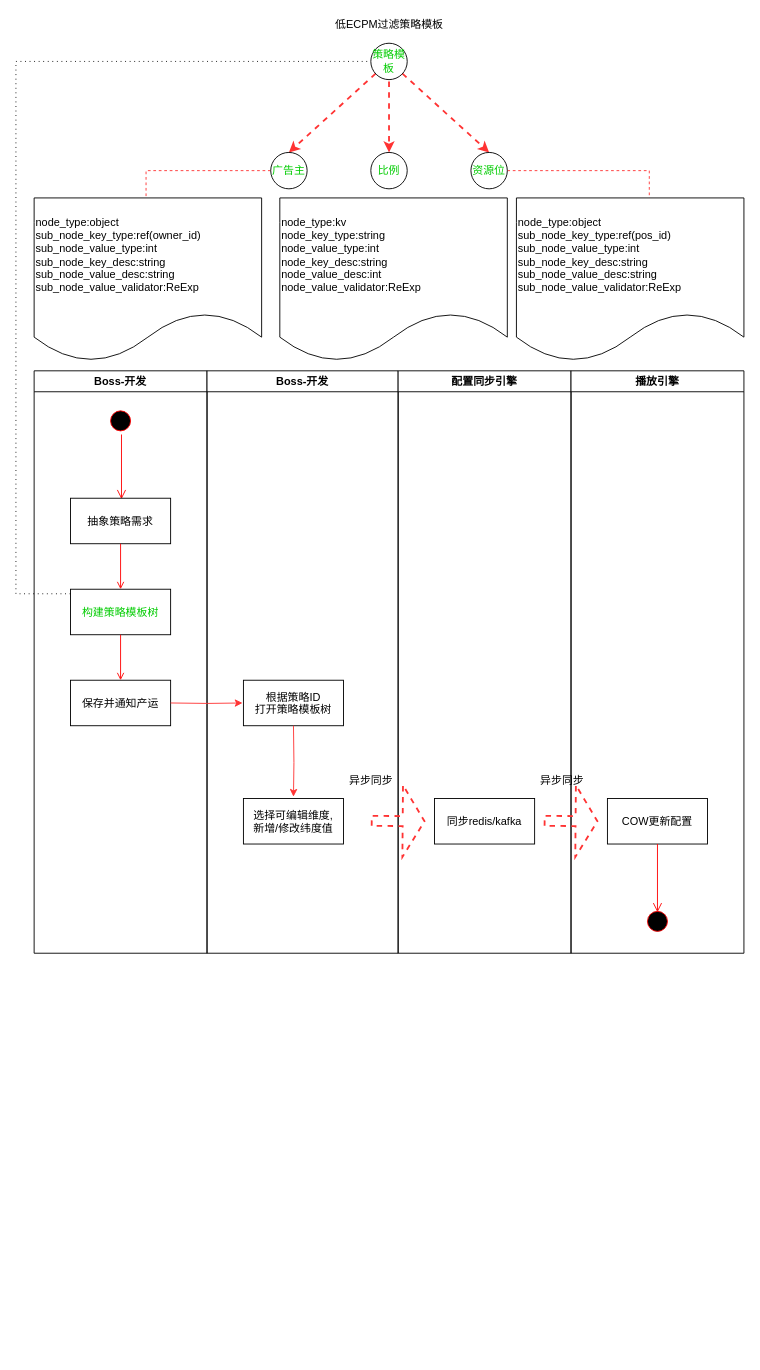
Earlier version of the draw.io diagram universal-engine/boss_configuration.drawio (karlchan-cn/drawio-repository). Source tidied: cells renumbered, new cells numbered last; positions are measured from the earlier drawing's top-left corner, leaving out a move shared by most shapes. Both pictures are drawn from the tidied source at 91%, with x=0, y=0 at pixel (15, 15).
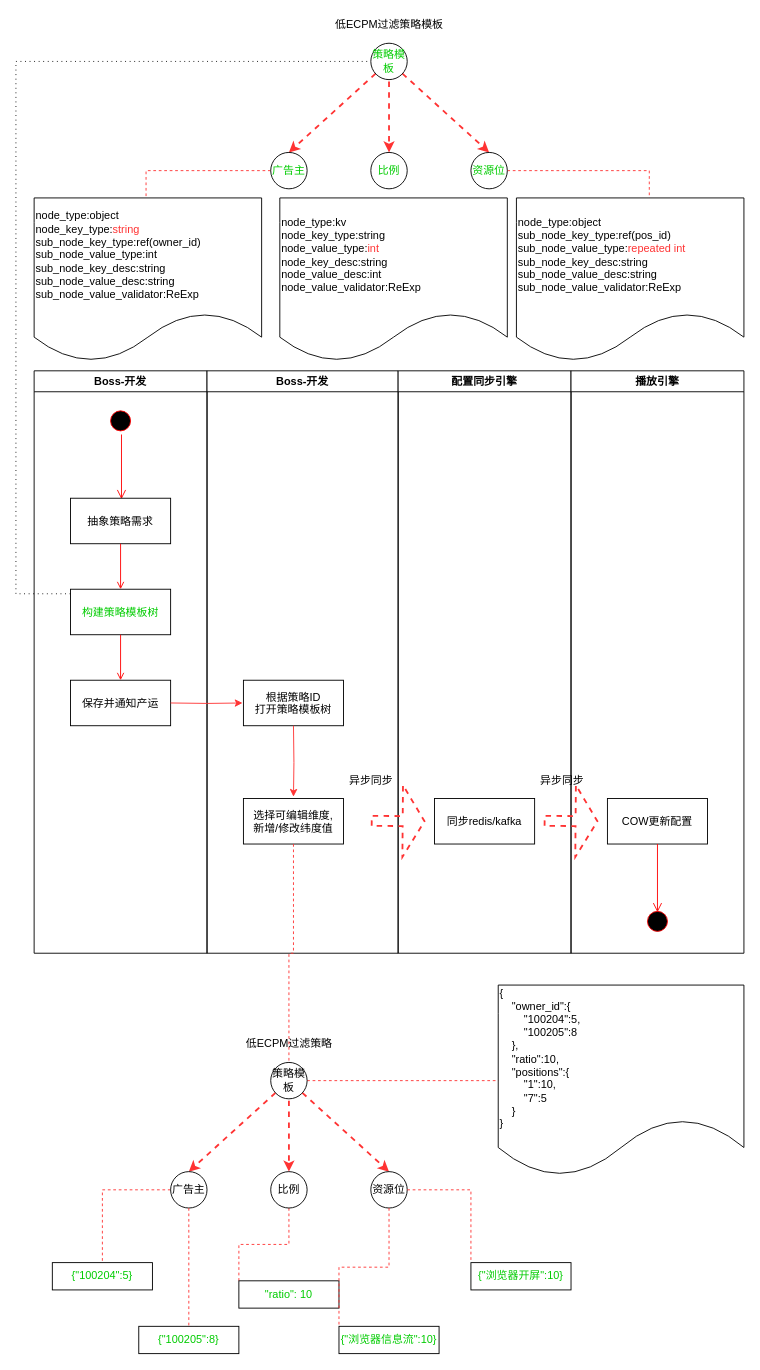
After the change.

Diff of the diagram source:
```diff
@@
-    <mxCell id="34" value="node_type:object&lt;br&gt;sub_node_key_type:ref(owner_id)&lt;br&gt;sub_node_value_type:int&lt;br&gt;sub_node_key_desc:string&lt;br&gt;sub_node_value_desc:string&lt;br&gt;sub_node_value_validator:ReExp" style="shape=document;whiteSpace=wrap;html=1;boundedLbl=1;align=left;" parent="1" vertex="1">
+    <mxCell id="34" value="node_type:object&lt;br&gt;node_key_type:&lt;font color=&quot;#ff3333&quot;&gt;string&lt;/font&gt;&lt;br&gt;sub_node_key_type:ref(owner_id)&lt;br&gt;sub_node_value_type:int&lt;br&gt;sub_node_key_desc:string&lt;br&gt;sub_node_value_desc:string&lt;br&gt;sub_node_value_validator:ReExp" style="shape=document;whiteSpace=wrap;html=1;boundedLbl=1;align=left;" parent="1" vertex="1">
       <mxGeometry x="20" y="200" width="250" height="180" as="geometry" />
     </mxCell>
-    <mxCell id="35" value="node_type:object&lt;br&gt;sub_node_key_type:ref(pos_id)&lt;br&gt;sub_node_value_type:int&lt;br&gt;sub_node_key_desc:string&lt;br&gt;sub_node_value_desc:string&lt;br&gt;sub_node_value_validator:ReExp" style="shape=document;whiteSpace=wrap;html=1;boundedLbl=1;align=left;" parent="1" vertex="1">
+    <mxCell id="35" value="node_type:object&lt;br&gt;sub_node_key_type:ref(pos_id)&lt;br&gt;sub_node_value_type:&lt;font color=&quot;#ff3333&quot;&gt;repeated int&lt;/font&gt;&lt;br&gt;sub_node_key_desc:string&lt;br&gt;sub_node_value_desc:string&lt;br&gt;sub_node_value_validator:ReExp" style="shape=document;whiteSpace=wrap;html=1;boundedLbl=1;align=left;" parent="1" vertex="1">
       <mxGeometry x="550" y="200" width="250" height="180" as="geometry" />
     </mxCell>
@@
-    <mxCell id="38" value="node_type:kv&lt;br&gt;node_key_type:string&lt;br&gt;node_value_type:int&lt;br&gt;node_key_desc:string&lt;br&gt;node_value_desc:int&lt;br&gt;node_value_validator:ReExp" style="shape=document;whiteSpace=wrap;html=1;boundedLbl=1;align=left;" parent="1" vertex="1">
+    <mxCell id="38" value="node_type:kv&lt;br&gt;node_key_type:string&lt;br&gt;node_value_type:&lt;font color=&quot;#ff3333&quot;&gt;int&lt;/font&gt;&lt;br&gt;node_key_desc:string&lt;br&gt;node_value_desc:int&lt;br&gt;node_value_validator:ReExp" style="shape=document;whiteSpace=wrap;html=1;boundedLbl=1;align=left;" parent="1" vertex="1">
       <mxGeometry x="290" y="200" width="250" height="180" as="geometry" />
     </mxCell>
+    <mxCell id="39" style="rounded=0;jettySize=auto;html=1;entryX=0.5;entryY=0;entryDx=0;entryDy=0;dashed=1;strokeColor=#FF3333;strokeWidth=2;" parent="1" edge="1" source="42" target="45">
+      <mxGeometry relative="1" as="geometry" />
+    </mxCell>
+    <mxCell id="40" style="edgeStyle=none;rounded=0;jettySize=auto;html=1;entryX=0.5;entryY=0;entryDx=0;entryDy=0;dashed=1;strokeColor=#FF3333;strokeWidth=2;" parent="1" edge="1" source="42" target="46">
+      <mxGeometry relative="1" as="geometry" />
+    </mxCell>
+    <mxCell id="41" style="edgeStyle=orthogonalEdgeStyle;rounded=0;jettySize=auto;html=1;dashed=1;fontColor=#000000;endArrow=none;endFill=0;strokeColor=#FF3333;strokeWidth=1;" parent="1" edge="1" source="42">
+      <mxGeometry relative="1" as="geometry">
+        <mxPoint x="570" y="1170" as="targetPoint" />
+      </mxGeometry>
+    </mxCell>
+    <mxCell id="42" value="策略模板" style="ellipse;whiteSpace=wrap;html=1;fontColor=#000000;" parent="1" vertex="1">
+      <mxGeometry x="280" y="1150" width="40" height="40" as="geometry" />
+    </mxCell>
+    <mxCell id="43" value="低ECPM过滤策略" style="text;html=1;align=center;verticalAlign=middle;strokeColor=none;fillColor=none;fontColor=#000000;" parent="1" vertex="1">
+      <mxGeometry x="245" y="1120" width="110" height="20" as="geometry" />
+    </mxCell>
+    <mxCell id="44" style="edgeStyle=orthogonalEdgeStyle;rounded=0;jettySize=auto;html=1;dashed=1;fontColor=#FF3333;endArrow=none;endFill=0;strokeColor=#FF3333;strokeWidth=1;" parent="1" edge="1" source="45" target="50">
+      <mxGeometry relative="1" as="geometry" />
+    </mxCell>
+    <mxCell id="45" value="广告主" style="ellipse;whiteSpace=wrap;html=1;fontColor=#000000;" parent="1" vertex="1">
+      <mxGeometry x="170" y="1270" width="40" height="40" as="geometry" />
+    </mxCell>
+    <mxCell id="46" value="资源位" style="ellipse;whiteSpace=wrap;html=1;fontColor=#000000;" parent="1" vertex="1">
+      <mxGeometry x="390" y="1270" width="40" height="40" as="geometry" />
+    </mxCell>
+    <mxCell id="47" style="edgeStyle=orthogonalEdgeStyle;rounded=0;jettySize=auto;html=1;entryX=0;entryY=0;entryDx=0;entryDy=0;dashed=1;fontColor=#FF3333;endArrow=none;endFill=0;strokeColor=#FF3333;strokeWidth=1;" parent="1" edge="1" source="48" target="53">
+      <mxGeometry relative="1" as="geometry" />
+    </mxCell>
+    <mxCell id="48" value="比例" style="ellipse;whiteSpace=wrap;html=1;fontColor=#000000;" parent="1" vertex="1">
+      <mxGeometry x="280" y="1270" width="40" height="40" as="geometry" />
+    </mxCell>
+    <mxCell id="49" style="edgeStyle=none;rounded=0;jettySize=auto;html=1;entryX=0.5;entryY=0;entryDx=0;entryDy=0;dashed=1;strokeColor=#FF3333;strokeWidth=2;" parent="1" edge="1" target="48">
+      <mxGeometry relative="1" as="geometry">
+        <mxPoint x="300" y="1192" as="sourcePoint" />
+      </mxGeometry>
+    </mxCell>
+    <mxCell id="50" value="{&quot;100204&quot;:5}" style="whiteSpace=wrap;html=1;fillColor=rgb(255, 255, 255);strokeColor=rgb(0, 0, 0);fontColor=#00CC00;" parent="1" vertex="1">
+      <mxGeometry x="40" y="1370" width="110" height="30" as="geometry" />
+    </mxCell>
+    <mxCell id="51" style="edgeStyle=orthogonalEdgeStyle;rounded=0;jettySize=auto;html=1;dashed=1;fontColor=#FF3333;endArrow=none;endFill=0;strokeColor=#FF3333;strokeWidth=1;exitX=0.5;exitY=1;exitDx=0;exitDy=0;entryX=0.6;entryY=0.033;entryDx=0;entryDy=0;entryPerimeter=0;" parent="1" edge="1" source="45" target="52">
+      <mxGeometry relative="1" as="geometry">
+        <Array as="points">
+          <mxPoint x="190" y="1441" />
+        </Array>
+      </mxGeometry>
+    </mxCell>
+    <mxCell id="52" value="&lt;span&gt;{&quot;100205&quot;:8}&lt;/span&gt;" style="whiteSpace=wrap;html=1;fillColor=rgb(255, 255, 255);strokeColor=rgb(0, 0, 0);fontColor=#00CC00;" parent="1" vertex="1">
+      <mxGeometry x="135" y="1440" width="110" height="30" as="geometry" />
+    </mxCell>
+    <mxCell id="53" value="&quot;ratio&quot;: 10" style="whiteSpace=wrap;html=1;fillColor=rgb(255, 255, 255);strokeColor=rgb(0, 0, 0);fontColor=#00CC00;" parent="1" vertex="1">
+      <mxGeometry x="245" y="1390" width="110" height="30" as="geometry" />
+    </mxCell>
+    <mxCell id="54" style="edgeStyle=orthogonalEdgeStyle;rounded=0;jettySize=auto;html=1;entryX=0;entryY=0;entryDx=0;entryDy=0;dashed=1;fontColor=#FF3333;endArrow=none;endFill=0;strokeColor=#FF3333;strokeWidth=1;exitX=1;exitY=0.5;exitDx=0;exitDy=0;" parent="1" edge="1" source="46" target="55">
+      <mxGeometry relative="1" as="geometry" />
+    </mxCell>
+    <mxCell id="55" value="{&quot;浏览器开屏&quot;:10}" style="whiteSpace=wrap;html=1;fillColor=rgb(255, 255, 255);strokeColor=rgb(0, 0, 0);fontColor=#00CC00;" parent="1" vertex="1">
+      <mxGeometry x="500" y="1370" width="110" height="30" as="geometry" />
+    </mxCell>
+    <mxCell id="56" style="edgeStyle=orthogonalEdgeStyle;rounded=0;jettySize=auto;html=1;entryX=0;entryY=0;entryDx=0;entryDy=0;dashed=1;fontColor=#FF3333;endArrow=none;endFill=0;strokeColor=#FF3333;strokeWidth=1;exitX=0.5;exitY=1;exitDx=0;exitDy=0;" parent="1" edge="1" source="46" target="57">
+      <mxGeometry relative="1" as="geometry" />
+    </mxCell>
+    <mxCell id="57" value="{&quot;浏览器信息流&quot;:10}" style="whiteSpace=wrap;html=1;fillColor=rgb(255, 255, 255);strokeColor=rgb(0, 0, 0);fontColor=#00CC00;" parent="1" vertex="1">
+      <mxGeometry x="355" y="1440" width="110" height="30" as="geometry" />
+    </mxCell>
+    <mxCell id="58" style="edgeStyle=orthogonalEdgeStyle;rounded=0;jettySize=auto;html=1;entryX=0.5;entryY=0;entryDx=0;entryDy=0;dashed=1;fontColor=#FF3333;endArrow=none;endFill=0;strokeColor=#FF3333;strokeWidth=1;" parent="1" edge="1" target="42">
+      <mxGeometry relative="1" as="geometry">
+        <mxPoint x="305" y="910" as="sourcePoint" />
+        <Array as="points">
+          <mxPoint x="305" y="1030" />
+          <mxPoint x="300" y="1030" />
+        </Array>
+      </mxGeometry>
+    </mxCell>
+    <mxCell id="59" value="&lt;div&gt;&lt;br&gt;&lt;/div&gt;&lt;div&gt;{&lt;/div&gt;&lt;div&gt;&amp;nbsp; &amp;nbsp; &quot;owner_id&quot;:{&lt;/div&gt;&lt;div&gt;&amp;nbsp; &amp;nbsp; &amp;nbsp; &amp;nbsp; &quot;100204&quot;:5,&lt;/div&gt;&lt;div&gt;&amp;nbsp; &amp;nbsp; &amp;nbsp; &amp;nbsp; &quot;100205&quot;:8&lt;/div&gt;&lt;div&gt;&amp;nbsp; &amp;nbsp; },&lt;/div&gt;&lt;div&gt;&amp;nbsp; &amp;nbsp; &quot;ratio&quot;:10,&lt;/div&gt;&lt;div&gt;&amp;nbsp; &amp;nbsp; &quot;positions&quot;:{&lt;/div&gt;&lt;div&gt;&amp;nbsp; &amp;nbsp; &amp;nbsp; &amp;nbsp; &quot;1&quot;:10,&lt;/div&gt;&lt;div&gt;&amp;nbsp; &amp;nbsp; &amp;nbsp; &amp;nbsp; &quot;7&quot;:5&lt;/div&gt;&lt;div&gt;&amp;nbsp; &amp;nbsp; }&lt;/div&gt;&lt;div&gt;}&lt;/div&gt;" style="shape=document;whiteSpace=wrap;html=1;boundedLbl=1;fontColor=#000000;align=left;" parent="1" vertex="1">
+      <mxGeometry x="530" y="1065" width="270" height="210" as="geometry" />
+    </mxCell>
```
